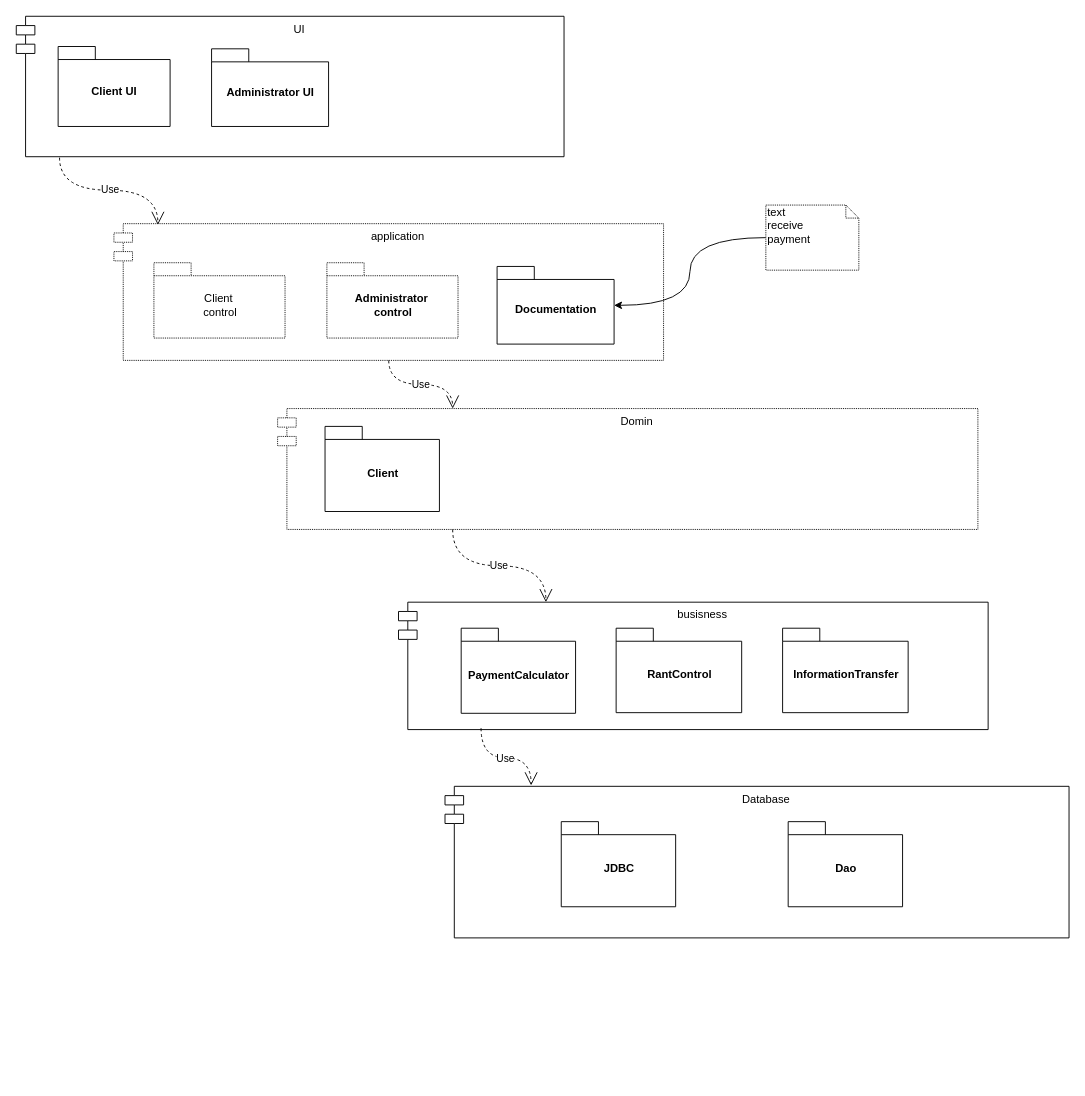
Fei-D20/The_Autocamper_rental_business keeps this draw.io diagram as page "Architecture" (2 of 2) of Document/DomainModel.drawio. Above is the earlier version. Source tidied: cells renumbered, new cells numbered last; positions are measured from the earlier drawing's top-left corner, leaving out a move shared by most shapes. Both pictures are drawn from the tidied source at 93%, with x=0, y=0 at pixel (16, 16).
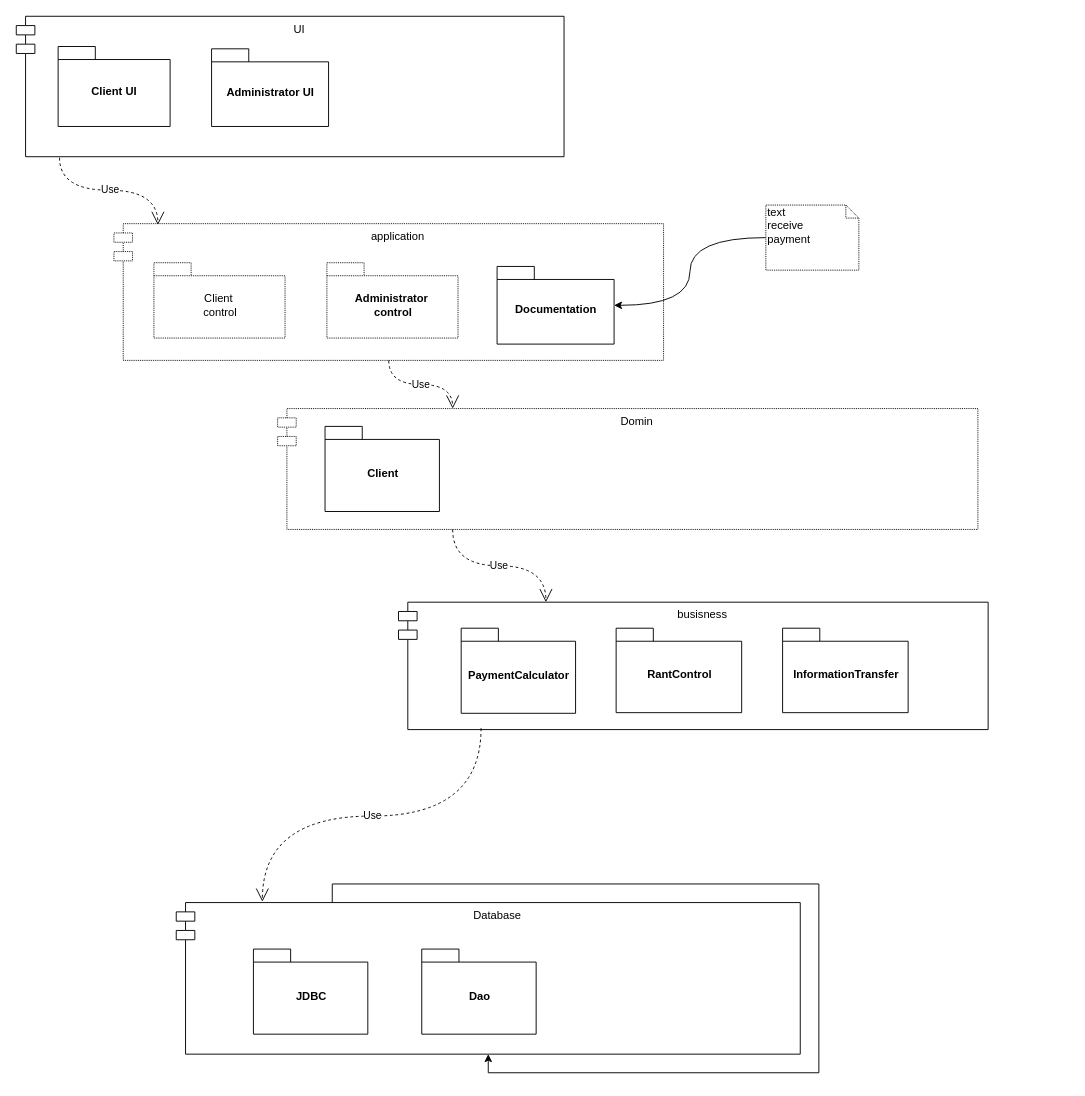
The same diagram, later.

The edit, as a diff of the source:
```diff
@@
     <mxCell id="6" value="Database" style="shape=module;align=left;spacingLeft=20;align=center;verticalAlign=top;" parent="1" vertex="1">
-      <mxGeometry x="461" y="828" width="671" height="163" as="geometry" />
+      <mxGeometry x="172" y="953" width="671" height="163" as="geometry" />
     </mxCell>
@@
     <mxCell id="17" value="JDBC" style="shape=folder;fontStyle=1;spacingTop=10;tabWidth=40;tabHeight=14;tabPosition=left;html=1;" parent="1" vertex="1">
-      <mxGeometry x="586" y="866" width="123" height="91.5" as="geometry" />
+      <mxGeometry x="255" y="1003" width="123" height="91.5" as="geometry" />
     </mxCell>
     <mxCell id="18" value="Dao" style="shape=folder;fontStyle=1;spacingTop=10;tabWidth=40;tabHeight=14;tabPosition=left;html=1;" parent="1" vertex="1">
-      <mxGeometry x="830" y="866" width="123" height="91.5" as="geometry" />
+      <mxGeometry x="436" y="1003" width="123" height="91.5" as="geometry" />
     </mxCell>
@@
+    <mxCell id="24" style="edgeStyle=orthogonalEdgeStyle;rounded=0;orthogonalLoop=1;jettySize=auto;html=1;exitX=0.25;exitY=0;exitDx=0;exitDy=0;" parent="1" edge="1" source="6" target="6">
+      <mxGeometry relative="1" as="geometry" />
+    </mxCell>
```
